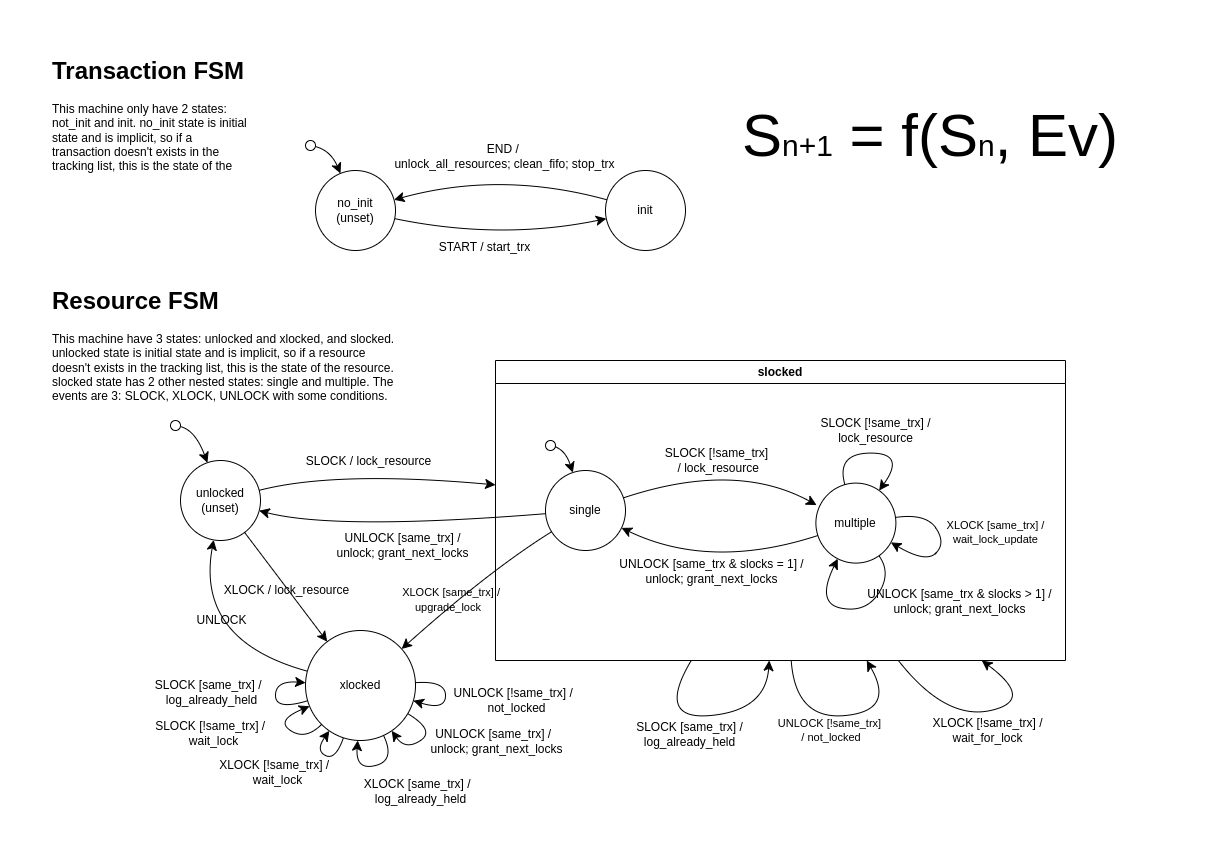
Before: fsm-diagram.png, a diagram exported from draw.io (sytabaresa/db-lab2). Source tidied: cells renumbered, new cells last; positions are measured from the earlier drawing's top-left corner, leaving out a move shared by most shapes.
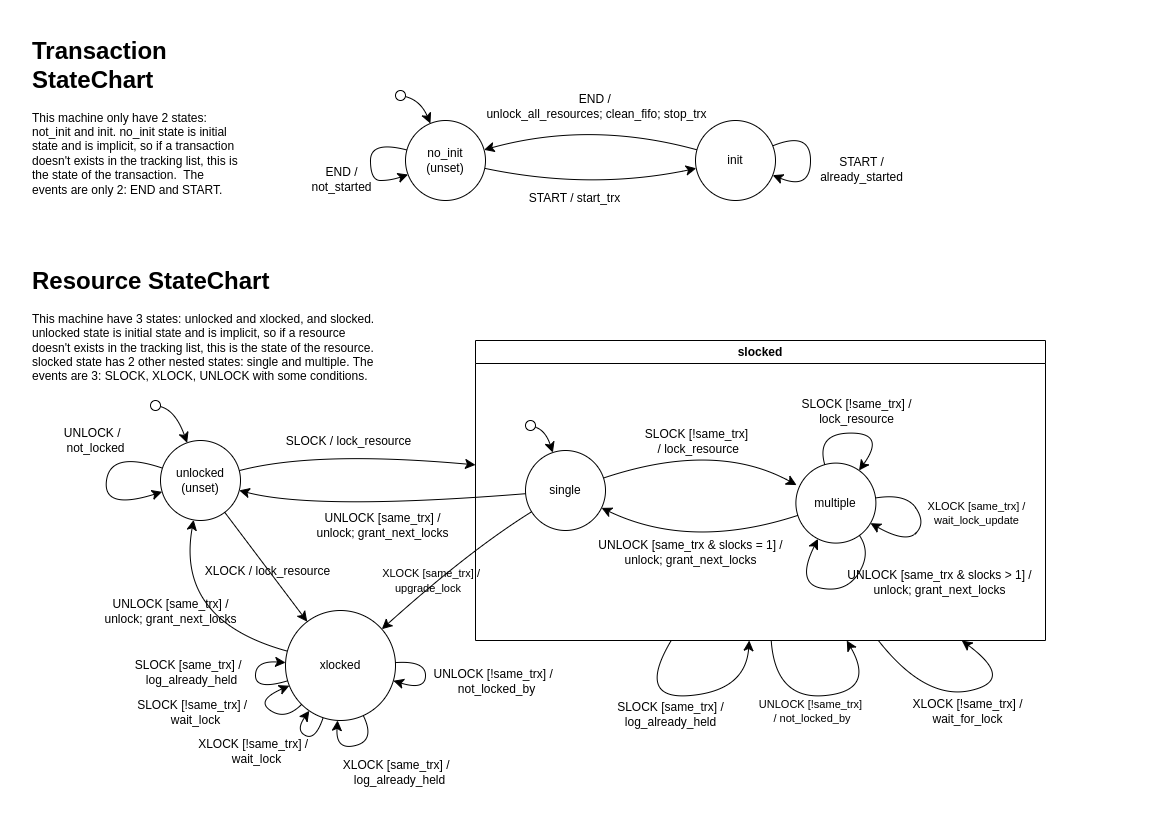
Above is the later version.

The edit, as a diff of the source:
```diff
@@ -5,7 +5,7 @@
     <mxCell id="2" style="edgeStyle=none;curved=1;rounded=0;jettySize=auto;html=1;fontSize=12;startSize=8;endSize=8;labelBackgroundColor=none;fontColor=default;" parent="1" edge="1" source="4" target="9">
       <mxGeometry relative="1" as="geometry">
         <Array as="points">
-          <mxPoint x="450" y="190" />
+          <mxPoint x="560" y="160" />
         </Array>
       </mxGeometry>
     </mxCell>
@@ -15,22 +15,22 @@
       </mxGeometry>
     </mxCell>
     <mxCell id="4" value="no_init&lt;div&gt;(unset)&lt;/div&gt;" style="ellipse;whiteSpace=wrap;html=1;labelBackgroundColor=none;" parent="1" vertex="1">
-      <mxGeometry x="265" y="120" width="80" height="80" as="geometry" />
+      <mxGeometry x="375" y="90" width="80" height="80" as="geometry" />
     </mxCell>
     <mxCell id="5" style="edgeStyle=none;curved=1;rounded=0;jettySize=auto;html=1;fontSize=12;startSize=8;endSize=8;labelBackgroundColor=none;fontColor=default;" parent="1" edge="1" source="6" target="4">
       <mxGeometry relative="1" as="geometry">
         <Array as="points">
-          <mxPoint x="280" y="100" />
+          <mxPoint x="390" y="70" />
         </Array>
       </mxGeometry>
     </mxCell>
     <mxCell id="6" style="ellipse;whiteSpace=wrap;html=1;fillStyle=solid;labelBackgroundColor=none;" parent="1" vertex="1">
-      <mxGeometry x="255" y="90" width="10" height="10" as="geometry" />
+      <mxGeometry x="365" y="60" width="10" height="10" as="geometry" />
     </mxCell>
     <mxCell id="7" style="edgeStyle=none;curved=1;rounded=0;jettySize=auto;html=1;fontSize=12;startSize=8;endSize=8;labelBackgroundColor=none;fontColor=default;" parent="1" edge="1" source="9" target="4">
       <mxGeometry relative="1" as="geometry">
         <Array as="points">
-          <mxPoint x="450" y="120" />
+          <mxPoint x="560" y="90" />
         </Array>
       </mxGeometry>
     </mxCell>
@@ -40,11 +40,8 @@
       </mxGeometry>
     </mxCell>
     <mxCell id="9" value="init" style="ellipse;whiteSpace=wrap;html=1;labelBackgroundColor=none;" parent="1" vertex="1">
-      <mxGeometry x="555" y="120" width="80" height="80" as="geometry" />
+      <mxGeometry x="665" y="90" width="80" height="80" as="geometry" />
     </mxCell>
-    <mxCell id="10" value="S&lt;font style=&quot;font-size: 30px;&quot;&gt;n+1&lt;/font&gt;&amp;nbsp;= f(S&lt;font style=&quot;font-size: 30px;&quot;&gt;n&lt;/font&gt;, Ev)" style="text;html=1;align=left;verticalAlign=middle;whiteSpace=wrap;rounded=0;fontSize=60;labelBackgroundColor=none;" parent="1" vertex="1">
-      <mxGeometry x="690" y="70" width="440" height="30" as="geometry" />
-    </mxCell>
     <mxCell id="11" style="edgeStyle=none;curved=1;rounded=0;jettySize=auto;html=1;fontSize=12;startSize=8;endSize=8;labelBackgroundColor=none;fontColor=default;" parent="1" edge="1" source="15" target="32">
       <mxGeometry relative="1" as="geometry">
         <Array as="points">
@@ -110,8 +107,10 @@
         </Array>
       </mxGeometry>
     </mxCell>
-    <mxCell id="23" value="UNLOCK" style="edgeLabel;html=1;align=center;verticalAlign=middle;fontSize=12;labelBackgroundColor=none;" parent="22" vertex="1">
-      <mxGeometry x="-0.11" y="-27" relative="1" as="geometry" />
+    <mxCell id="23" value="UNLOCK [same_trx] /&lt;br&gt;unlock; grant_next_locks" style="edgeLabel;html=1;align=center;verticalAlign=middle;fontSize=12;labelBackgroundColor=none;" parent="22" vertex="1">
+      <mxGeometry x="-0.11" y="-27" relative="1" as="geometry">
+        <mxPoint x="-31" y="11" as="offset" />
+      </mxGeometry>
     </mxCell>
     <mxCell id="24" value="xlocked" style="ellipse;whiteSpace=wrap;html=1;labelBackgroundColor=none;" parent="1" vertex="1">
       <mxGeometry x="255" y="580" width="110" height="110" as="geometry" />
@@ -154,7 +153,7 @@
         <mxPoint x="72" y="-5" as="offset" />
       </mxGeometry>
     </mxCell>
-    <mxCell id="31" value="UNLOCK [!same_trx]&lt;br&gt;&amp;nbsp;/ not_locked" style="edgeLabel;html=1;align=center;verticalAlign=middle;labelBackgroundColor=none;" parent="29" vertex="1">
+    <mxCell id="31" value="UNLOCK [!same_trx]&lt;br&gt;&amp;nbsp;/ not_locked_by" style="edgeLabel;html=1;align=center;verticalAlign=middle;labelBackgroundColor=none;" parent="29" vertex="1">
       <mxGeometry x="0.23" y="-2" relative="1" as="geometry">
         <mxPoint x="-41" y="15" as="offset" />
       </mxGeometry>
@@ -325,24 +324,6 @@
         <mxPoint x="57" y="24" as="offset" />
       </mxGeometry>
     </mxCell>
-    <mxCell id="61" style="edgeStyle=none;curved=1;rounded=0;orthogonalLoop=1;jettySize=auto;html=1;fontSize=12;startSize=8;endSize=8;labelBackgroundColor=none;fontColor=default;" parent="1" edge="1" source="24" target="24">
-      <mxGeometry relative="1" as="geometry">
-        <Array as="points">
-          <mxPoint x="385" y="680" />
-          <mxPoint x="355" y="700" />
-        </Array>
-      </mxGeometry>
-    </mxCell>
-    <mxCell id="62" value="&lt;span style=&quot;color: rgba(0, 0, 0, 0); font-family: monospace; font-size: 0px; text-align: start; background-color: rgb(27, 29, 30);&quot;&gt;%3CmxGraphModel%3E%3Croot%3E%3CmxCell%20id%3D%220%22%2F%3E%3CmxCell%20id%3D%221%22%20parent%3D%220%22%2F%3E%3CmxCell%20id%3D%222%22%20style%3D%22edgeStyle%3Dnone%3Bcurved%3D1%3Brounded%3D0%3BorthogonalLoop%3D1%3BjettySize%3Dauto%3Bhtml%3D1%3BfontSize%3D12%3BstartSize%3D8%3BendSize%3D8%3BentryX%3D0.74%3BentryY%3D0.942%3BentryDx%3D0%3BentryDy%3D0%3BentryPerimeter%3D0%3BexitX%3D1.003%3BexitY%3D0.433%3BexitDx%3D0%3BexitDy%3D0%3BexitPerimeter%3D0%3B%22%20edge%3D%221%22%20parent%3D%221%22%3E%3CmxGeometry%20relative%3D%221%22%20as%3D%22geometry%22%3E%3CArray%20as%3D%22points%22%3E%3CmxPoint%20x%3D%22510%22%20y%3D%22740%22%2F%3E%3CmxPoint%20x%3D%22470%22%20y%3D%22790%22%2F%3E%3C%2FArray%3E%3CmxPoint%20x%3D%22466%22%20y%3D%22715%22%20as%3D%22sourcePoint%22%2F%3E%3CmxPoint%20x%3D%22445%22%20y%3D%22755%22%20as%3D%22targetPoint%22%2F%3E%3C%2FmxGeometry%3E%3C%2FmxCell%3E%3CmxCell%20id%3D%223%22%20value%3D%22XLOCK%20%5B!transaction%5D%20%2F%20wait_for_lock%22%20style%3D%22edgeLabel%3Bhtml%3D1%3Balign%3Dcenter%3BverticalAlign%3Dmiddle%3Bresizable%3D0%3Bpoints%3D%5B%5D%3BfontSize%3D12%3B%22%20vertex%3D%221%22%20connectable%3D%220%22%20parent%3D%222%22%3E%3CmxGeometry%20x%3D%220.0665%22%20y%3D%22-2%22%20relative%3D%221%22%20as%3D%22geometry%22%3E%3CmxPoint%20x%3D%2272%22%20y%3D%22-5%22%20as%3D%22offset%22%2F%3E%3C%2FmxGeometry%3E%3C%2FmxCell%3E%3C%2Froot%3E%3C%2FmxGraphModel%3E&lt;/span&gt;" style="edgeLabel;html=1;align=center;verticalAlign=middle;fontSize=12;labelBackgroundColor=none;" parent="61" vertex="1">
-      <mxGeometry x="0.07" y="-2" relative="1" as="geometry">
-        <mxPoint x="72" y="-5" as="offset" />
-      </mxGeometry>
-    </mxCell>
-    <mxCell id="63" value="&lt;div&gt;&lt;span style=&quot;font-size: 12px;&quot;&gt;UNLOCK [&lt;/span&gt;&lt;span style=&quot;font-size: 12px;&quot;&gt;same_trx&lt;/span&gt;&lt;span style=&quot;font-size: 12px;&quot;&gt;] /&amp;nbsp;&amp;nbsp;&lt;/span&gt;&lt;/div&gt;&lt;div&gt;&lt;span style=&quot;font-size: 12px;&quot;&gt;unlock; grant_next_locks&lt;/span&gt;&lt;/div&gt;" style="edgeLabel;html=1;align=center;verticalAlign=middle;labelBackgroundColor=none;" parent="61" vertex="1">
-      <mxGeometry x="0.23" y="-2" relative="1" as="geometry">
-        <mxPoint x="82" y="-2" as="offset" />
-      </mxGeometry>
-    </mxCell>
     <mxCell id="64" style="edgeStyle=none;curved=1;rounded=0;orthogonalLoop=1;jettySize=auto;html=1;fontSize=12;startSize=8;endSize=8;labelBackgroundColor=none;fontColor=default;" parent="1" edge="1" source="24" target="24">
       <mxGeometry relative="1" as="geometry">
         <Array as="points">
@@ -356,16 +337,71 @@
         <mxPoint x="72" y="-5" as="offset" />
       </mxGeometry>
     </mxCell>
-    <mxCell id="66" value="&lt;div&gt;&lt;span style=&quot;font-size: 12px;&quot;&gt;UNLOCK [!&lt;/span&gt;&lt;span style=&quot;font-size: 12px;&quot;&gt;same_trx&lt;/span&gt;&lt;span style=&quot;font-size: 12px; background-color: light-dark(#ffffff, var(--ge-dark-color, #121212)); color: light-dark(rgb(0, 0, 0), rgb(255, 255, 255));&quot;&gt;] /&amp;nbsp;&amp;nbsp;&lt;/span&gt;&lt;/div&gt;&lt;div&gt;&lt;span style=&quot;font-size: 12px;&quot;&gt;not_locked&lt;/span&gt;&lt;/div&gt;" style="edgeLabel;html=1;align=center;verticalAlign=middle;labelBackgroundColor=none;" parent="64" vertex="1">
+    <mxCell id="66" value="&lt;div&gt;&lt;span style=&quot;font-size: 12px;&quot;&gt;UNLOCK [!&lt;/span&gt;&lt;span style=&quot;font-size: 12px;&quot;&gt;same_trx&lt;/span&gt;&lt;span style=&quot;font-size: 12px; background-color: light-dark(#ffffff, var(--ge-dark-color, #121212)); color: light-dark(rgb(0, 0, 0), rgb(255, 255, 255));&quot;&gt;] /&amp;nbsp;&amp;nbsp;&lt;/span&gt;&lt;/div&gt;&lt;div&gt;&lt;span style=&quot;font-size: 12px;&quot;&gt;not_locked_by&lt;/span&gt;&lt;/div&gt;" style="edgeLabel;html=1;align=center;verticalAlign=middle;labelBackgroundColor=none;" parent="64" vertex="1">
       <mxGeometry x="0.23" y="-2" relative="1" as="geometry">
         <mxPoint x="72" y="-8" as="offset" />
       </mxGeometry>
     </mxCell>
-    <mxCell id="67" value="&lt;h1 style=&quot;margin-top: 0px;&quot;&gt;Transaction FSM&lt;/h1&gt;&lt;p&gt;This machine only have 2 states: not_init and init. no_init state is initial state and is implicit, so if a transaction doesn't exists in the tracking list, this is the state of the transaction.&amp;nbsp; The events are only 2: END and START.&lt;/p&gt;" style="text;html=1;whiteSpace=wrap;overflow=hidden;rounded=0;labelBackgroundColor=none;" parent="1" vertex="1">
-      <mxGeometry width="200" height="120" as="geometry" />
+    <mxCell id="67" value="&lt;h1 style=&quot;margin-top: 0px;&quot;&gt;Transaction StateChart&lt;/h1&gt;&lt;p&gt;This machine only have 2 states: not_init and init. no_init state is initial state and is implicit, so if a transaction doesn't exists in the tracking list, this is the state of the transaction.&amp;nbsp; The events are only 2: END and START.&lt;/p&gt;" style="text;html=1;whiteSpace=wrap;overflow=hidden;rounded=0;labelBackgroundColor=none;" parent="1" vertex="1">
+      <mxGeometry width="210" height="170" as="geometry" />
     </mxCell>
-    <mxCell id="68" value="&lt;h1 style=&quot;margin-top: 0px;&quot;&gt;Resource FSM&lt;/h1&gt;&lt;p&gt;This machine have 3 states: unlocked and xlocked, and slocked. unlocked state is initial state and is implicit, so if a resource doesn't exists in the tracking list, this is the state of the resource. slocked state has 2 other nested states: single and multiple. The events are 3: SLOCK, XLOCK, UNLOCK with some conditions.&lt;/p&gt;" style="text;html=1;whiteSpace=wrap;overflow=hidden;rounded=0;labelBackgroundColor=none;" parent="1" vertex="1">
+    <mxCell id="68" value="&lt;h1 style=&quot;margin-top: 0px;&quot;&gt;Resource StateChart&lt;/h1&gt;&lt;p&gt;This machine have 3 states: unlocked and xlocked, and slocked. unlocked state is initial state and is implicit, so if a resource doesn't exists in the tracking list, this is the state of the resource. slocked state has 2 other nested states: single and multiple. The events are 3: SLOCK, XLOCK, UNLOCK with some conditions.&lt;/p&gt;" style="text;html=1;whiteSpace=wrap;overflow=hidden;rounded=0;labelBackgroundColor=none;" parent="1" vertex="1">
       <mxGeometry y="230" width="350" height="140" as="geometry" />
     </mxCell>
+    <mxCell id="69" style="edgeStyle=none;curved=1;rounded=0;orthogonalLoop=1;jettySize=auto;html=1;fontSize=12;startSize=8;endSize=8;labelBackgroundColor=none;fontColor=default;" parent="1" edge="1" source="15" target="15">
+      <mxGeometry relative="1" as="geometry">
+        <Array as="points">
+          <mxPoint x="80" y="420" />
+          <mxPoint x="72" y="480" />
+        </Array>
+      </mxGeometry>
+    </mxCell>
+    <mxCell id="70" value="&lt;span style=&quot;color: rgba(0, 0, 0, 0); font-family: monospace; font-size: 0px; text-align: start; background-color: rgb(27, 29, 30);&quot;&gt;%3CmxGraphModel%3E%3Croot%3E%3CmxCell%20id%3D%220%22%2F%3E%3CmxCell%20id%3D%221%22%20parent%3D%220%22%2F%3E%3CmxCell%20id%3D%222%22%20style%3D%22edgeStyle%3Dnone%3Bcurved%3D1%3Brounded%3D0%3BorthogonalLoop%3D1%3BjettySize%3Dauto%3Bhtml%3D1%3BfontSize%3D12%3BstartSize%3D8%3BendSize%3D8%3BentryX%3D0.74%3BentryY%3D0.942%3BentryDx%3D0%3BentryDy%3D0%3BentryPerimeter%3D0%3BexitX%3D1.003%3BexitY%3D0.433%3BexitDx%3D0%3BexitDy%3D0%3BexitPerimeter%3D0%3B%22%20edge%3D%221%22%20parent%3D%221%22%3E%3CmxGeometry%20relative%3D%221%22%20as%3D%22geometry%22%3E%3CArray%20as%3D%22points%22%3E%3CmxPoint%20x%3D%22510%22%20y%3D%22740%22%2F%3E%3CmxPoint%20x%3D%22470%22%20y%3D%22790%22%2F%3E%3C%2FArray%3E%3CmxPoint%20x%3D%22466%22%20y%3D%22715%22%20as%3D%22sourcePoint%22%2F%3E%3CmxPoint%20x%3D%22445%22%20y%3D%22755%22%20as%3D%22targetPoint%22%2F%3E%3C%2FmxGeometry%3E%3C%2FmxCell%3E%3CmxCell%20id%3D%223%22%20value%3D%22XLOCK%20%5B!transaction%5D%20%2F%20wait_for_lock%22%20style%3D%22edgeLabel%3Bhtml%3D1%3Balign%3Dcenter%3BverticalAlign%3Dmiddle%3Bresizable%3D0%3Bpoints%3D%5B%5D%3BfontSize%3D12%3B%22%20vertex%3D%221%22%20connectable%3D%220%22%20parent%3D%222%22%3E%3CmxGeometry%20x%3D%220.0665%22%20y%3D%22-2%22%20relative%3D%221%22%20as%3D%22geometry%22%3E%3CmxPoint%20x%3D%2272%22%20y%3D%22-5%22%20as%3D%22offset%22%2F%3E%3C%2FmxGeometry%3E%3C%2FmxCell%3E%3C%2Froot%3E%3C%2FmxGraphModel%3E&lt;/span&gt;" style="edgeLabel;html=1;align=center;verticalAlign=middle;fontSize=12;labelBackgroundColor=none;" parent="69" vertex="1">
+      <mxGeometry x="0.07" y="-2" relative="1" as="geometry">
+        <mxPoint x="72" y="-5" as="offset" />
+      </mxGeometry>
+    </mxCell>
+    <mxCell id="71" value="&lt;div&gt;&lt;span style=&quot;font-size: 12px;&quot;&gt;UNLOCK&lt;/span&gt;&lt;span style=&quot;font-size: 12px; background-color: light-dark(#ffffff, var(--ge-dark-color, #121212)); color: light-dark(rgb(0, 0, 0), rgb(255, 255, 255));&quot;&gt;&amp;nbsp;/&amp;nbsp;&amp;nbsp;&lt;/span&gt;&lt;/div&gt;&lt;div&gt;&lt;span style=&quot;font-size: 12px;&quot;&gt;not_locked&lt;/span&gt;&lt;/div&gt;" style="edgeLabel;html=1;align=center;verticalAlign=middle;labelBackgroundColor=none;" parent="69" vertex="1">
+      <mxGeometry x="0.23" y="-2" relative="1" as="geometry">
+        <mxPoint x="-7" y="-64" as="offset" />
+      </mxGeometry>
+    </mxCell>
+    <mxCell id="72" style="edgeStyle=none;curved=1;rounded=0;orthogonalLoop=1;jettySize=auto;html=1;fontSize=12;startSize=8;endSize=8;labelBackgroundColor=none;fontColor=default;" parent="1" edge="1" source="9" target="9">
+      <mxGeometry relative="1" as="geometry">
+        <Array as="points">
+          <mxPoint x="780" y="100" />
+          <mxPoint x="780" y="160" />
+        </Array>
+      </mxGeometry>
+    </mxCell>
+    <mxCell id="73" value="&lt;span style=&quot;color: rgba(0, 0, 0, 0); font-family: monospace; font-size: 0px; text-align: start; background-color: rgb(27, 29, 30);&quot;&gt;%3CmxGraphModel%3E%3Croot%3E%3CmxCell%20id%3D%220%22%2F%3E%3CmxCell%20id%3D%221%22%20parent%3D%220%22%2F%3E%3CmxCell%20id%3D%222%22%20style%3D%22edgeStyle%3Dnone%3Bcurved%3D1%3Brounded%3D0%3BorthogonalLoop%3D1%3BjettySize%3Dauto%3Bhtml%3D1%3BfontSize%3D12%3BstartSize%3D8%3BendSize%3D8%3BentryX%3D0.74%3BentryY%3D0.942%3BentryDx%3D0%3BentryDy%3D0%3BentryPerimeter%3D0%3BexitX%3D1.003%3BexitY%3D0.433%3BexitDx%3D0%3BexitDy%3D0%3BexitPerimeter%3D0%3B%22%20edge%3D%221%22%20parent%3D%221%22%3E%3CmxGeometry%20relative%3D%221%22%20as%3D%22geometry%22%3E%3CArray%20as%3D%22points%22%3E%3CmxPoint%20x%3D%22510%22%20y%3D%22740%22%2F%3E%3CmxPoint%20x%3D%22470%22%20y%3D%22790%22%2F%3E%3C%2FArray%3E%3CmxPoint%20x%3D%22466%22%20y%3D%22715%22%20as%3D%22sourcePoint%22%2F%3E%3CmxPoint%20x%3D%22445%22%20y%3D%22755%22%20as%3D%22targetPoint%22%2F%3E%3C%2FmxGeometry%3E%3C%2FmxCell%3E%3CmxCell%20id%3D%223%22%20value%3D%22XLOCK%20%5B!transaction%5D%20%2F%20wait_for_lock%22%20style%3D%22edgeLabel%3Bhtml%3D1%3Balign%3Dcenter%3BverticalAlign%3Dmiddle%3Bresizable%3D0%3Bpoints%3D%5B%5D%3BfontSize%3D12%3B%22%20vertex%3D%221%22%20connectable%3D%220%22%20parent%3D%222%22%3E%3CmxGeometry%20x%3D%220.0665%22%20y%3D%22-2%22%20relative%3D%221%22%20as%3D%22geometry%22%3E%3CmxPoint%20x%3D%2272%22%20y%3D%22-5%22%20as%3D%22offset%22%2F%3E%3C%2FmxGeometry%3E%3C%2FmxCell%3E%3C%2Froot%3E%3C%2FmxGraphModel%3E&lt;/span&gt;" style="edgeLabel;html=1;align=center;verticalAlign=middle;fontSize=12;labelBackgroundColor=none;" parent="72" vertex="1">
+      <mxGeometry x="0.07" y="-2" relative="1" as="geometry">
+        <mxPoint x="72" y="-5" as="offset" />
+      </mxGeometry>
+    </mxCell>
+    <mxCell id="74" value="&lt;div&gt;&lt;span style=&quot;font-size: 12px;&quot;&gt;START / &lt;br&gt;already_started&lt;/span&gt;&lt;/div&gt;" style="edgeLabel;html=1;align=center;verticalAlign=middle;labelBackgroundColor=none;" parent="72" vertex="1">
+      <mxGeometry x="0.23" y="-2" relative="1" as="geometry">
+        <mxPoint x="52" y="-8" as="offset" />
+      </mxGeometry>
+    </mxCell>
+    <mxCell id="75" style="edgeStyle=none;curved=1;rounded=0;orthogonalLoop=1;jettySize=auto;html=1;fontSize=12;startSize=8;endSize=8;labelBackgroundColor=none;fontColor=default;" parent="1" edge="1" source="4" target="4">
+      <mxGeometry relative="1" as="geometry">
+        <Array as="points">
+          <mxPoint x="340" y="110" />
+          <mxPoint x="340" y="150" />
+          <mxPoint x="360" y="150" />
+        </Array>
+      </mxGeometry>
+    </mxCell>
+    <mxCell id="76" value="&lt;span style=&quot;color: rgba(0, 0, 0, 0); font-family: monospace; font-size: 0px; text-align: start; background-color: rgb(27, 29, 30);&quot;&gt;%3CmxGraphModel%3E%3Croot%3E%3CmxCell%20id%3D%220%22%2F%3E%3CmxCell%20id%3D%221%22%20parent%3D%220%22%2F%3E%3CmxCell%20id%3D%222%22%20style%3D%22edgeStyle%3Dnone%3Bcurved%3D1%3Brounded%3D0%3BorthogonalLoop%3D1%3BjettySize%3Dauto%3Bhtml%3D1%3BfontSize%3D12%3BstartSize%3D8%3BendSize%3D8%3BentryX%3D0.74%3BentryY%3D0.942%3BentryDx%3D0%3BentryDy%3D0%3BentryPerimeter%3D0%3BexitX%3D1.003%3BexitY%3D0.433%3BexitDx%3D0%3BexitDy%3D0%3BexitPerimeter%3D0%3B%22%20edge%3D%221%22%20parent%3D%221%22%3E%3CmxGeometry%20relative%3D%221%22%20as%3D%22geometry%22%3E%3CArray%20as%3D%22points%22%3E%3CmxPoint%20x%3D%22510%22%20y%3D%22740%22%2F%3E%3CmxPoint%20x%3D%22470%22%20y%3D%22790%22%2F%3E%3C%2FArray%3E%3CmxPoint%20x%3D%22466%22%20y%3D%22715%22%20as%3D%22sourcePoint%22%2F%3E%3CmxPoint%20x%3D%22445%22%20y%3D%22755%22%20as%3D%22targetPoint%22%2F%3E%3C%2FmxGeometry%3E%3C%2FmxCell%3E%3CmxCell%20id%3D%223%22%20value%3D%22XLOCK%20%5B!transaction%5D%20%2F%20wait_for_lock%22%20style%3D%22edgeLabel%3Bhtml%3D1%3Balign%3Dcenter%3BverticalAlign%3Dmiddle%3Bresizable%3D0%3Bpoints%3D%5B%5D%3BfontSize%3D12%3B%22%20vertex%3D%221%22%20connectable%3D%220%22%20parent%3D%222%22%3E%3CmxGeometry%20x%3D%220.0665%22%20y%3D%22-2%22%20relative%3D%221%22%20as%3D%22geometry%22%3E%3CmxPoint%20x%3D%2272%22%20y%3D%22-5%22%20as%3D%22offset%22%2F%3E%3C%2FmxGeometry%3E%3C%2FmxCell%3E%3C%2Froot%3E%3C%2FmxGraphModel%3E&lt;/span&gt;" style="edgeLabel;html=1;align=center;verticalAlign=middle;fontSize=12;labelBackgroundColor=none;" parent="75" vertex="1">
+      <mxGeometry x="0.07" y="-2" relative="1" as="geometry">
+        <mxPoint x="72" y="-5" as="offset" />
+      </mxGeometry>
+    </mxCell>
+    <mxCell id="77" value="&lt;span style=&quot;font-size: 12px;&quot;&gt;END / &lt;br&gt;not_started&lt;/span&gt;" style="edgeLabel;html=1;align=center;verticalAlign=middle;labelBackgroundColor=none;" parent="75" vertex="1">
+      <mxGeometry x="0.23" y="-2" relative="1" as="geometry">
+        <mxPoint x="-28" y="4" as="offset" />
+      </mxGeometry>
+    </mxCell>
   </root>
 </mxGraphModel>
```
